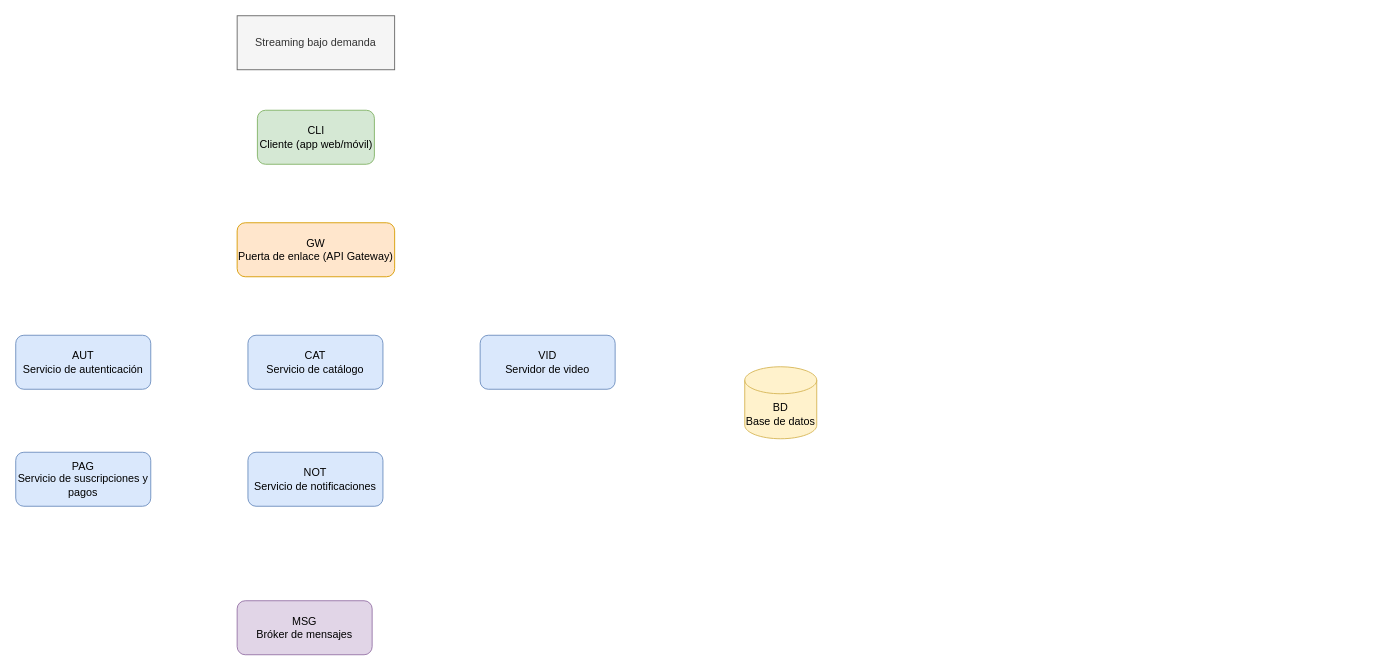
Earlier version of the draw.io diagram diagrama/comunicacion.drawio (reyshadow0/isr701-form-tl-01). Source tidied: cells renumbered, new cells numbered last; positions are measured from the earlier drawing's top-left corner, leaving out a move shared by most shapes. Both pictures are drawn from the tidied source at 90%, with x=0, y=0 at pixel (15, 15).
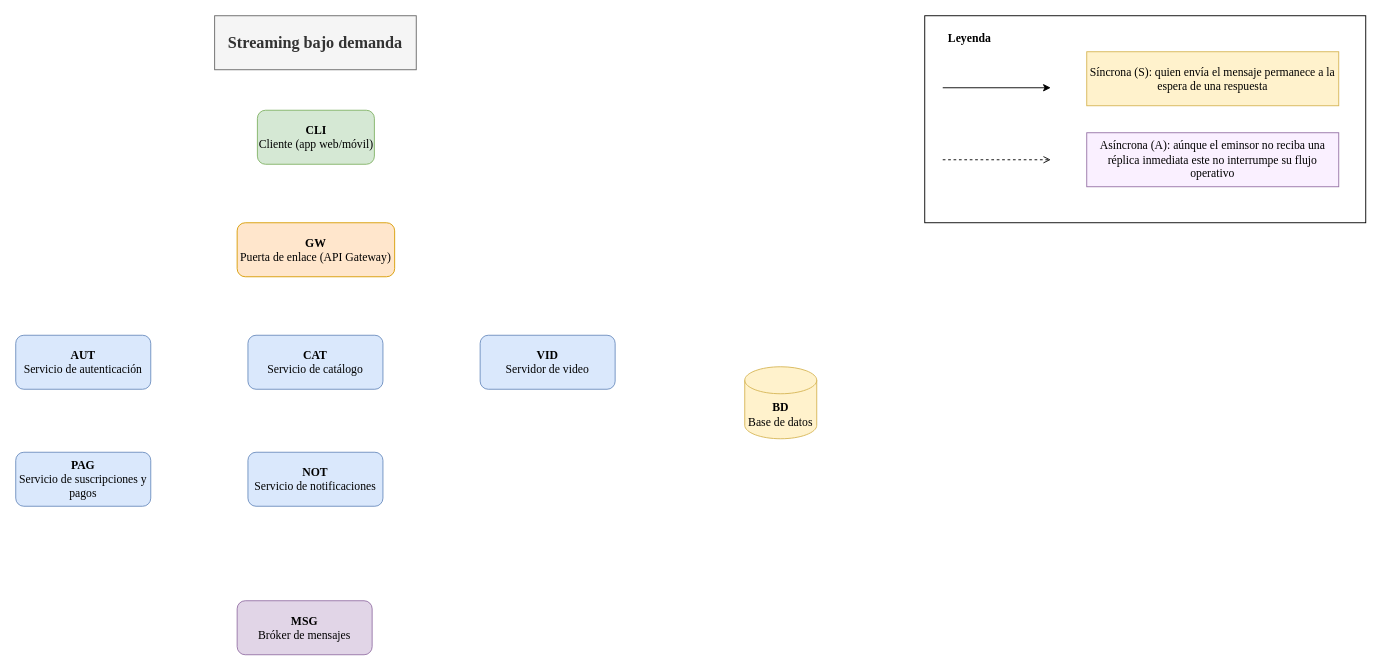
Above is the later version.

Commit message:
Leyenda de las flechas y cambios en el tipo de letra

Change to the diagram source:
```diff
@@
 <mxGraphModel>
   <root>
     <mxCell id="0" />
     <mxCell id="1" parent="0" />
-    <mxCell id="2" value="Streaming bajo demanda" style="rounded=0;whiteSpace=wrap;html=1;fillColor=#f5f5f5;strokeColor=#666666;fontColor=#333333;" parent="1" vertex="1">
-      <mxGeometry x="246" width="175" height="60" as="geometry" />
+    <mxCell id="2" value="Streaming bajo demanda" style="rounded=0;whiteSpace=wrap;html=1;fillColor=#f5f5f5;strokeColor=#666666;fontColor=#333333;fontFamily=Times New Roman;fontSize=18;fontStyle=1;" parent="1" vertex="1">
+      <mxGeometry x="221" width="224" height="60" as="geometry" />
     </mxCell>
-    <mxCell id="3" value="CLI&lt;div&gt;Cliente (app web/móvil)&lt;/div&gt;" style="rounded=1;whiteSpace=wrap;html=1;roundedPerimeter=1;fillColor=#d5e8d4;strokeColor=#82b366;" parent="1" vertex="1">
+    <mxCell id="3" value="&lt;b&gt;CLI&lt;/b&gt;&lt;div&gt;Cliente (app web/móvil)&lt;/div&gt;" style="rounded=1;whiteSpace=wrap;html=1;roundedPerimeter=1;fillColor=#d5e8d4;strokeColor=#82b366;fontFamily=Times New Roman;fontSize=13;" parent="1" vertex="1">
       <mxGeometry x="268.5" y="105" width="130" height="60" as="geometry" />
     </mxCell>
-    <mxCell id="4" value="GW&lt;div&gt;Puerta de enlace (API Gateway)&lt;/div&gt;" style="rounded=1;whiteSpace=wrap;html=1;roundedPerimeter=1;fillColor=#ffe6cc;strokeColor=#d79b00;" parent="1" vertex="1">
+    <mxCell id="4" value="&lt;b&gt;GW&lt;/b&gt;&lt;div&gt;Puerta de enlace (API Gateway)&lt;/div&gt;" style="rounded=1;whiteSpace=wrap;html=1;roundedPerimeter=1;fillColor=#ffe6cc;strokeColor=#d79b00;fontFamily=Times New Roman;fontSize=13;" parent="1" vertex="1">
       <mxGeometry x="246" y="230" width="175" height="60" as="geometry" />
     </mxCell>
-    <mxCell id="5" value="AUT&lt;div&gt;Servicio de autenticación&lt;/div&gt;" style="rounded=1;whiteSpace=wrap;html=1;roundedPerimeter=1;fillColor=#dae8fc;strokeColor=#6c8ebf;" parent="1" vertex="1">
+    <mxCell id="5" value="&lt;b&gt;AUT&lt;/b&gt;&lt;div&gt;Servicio de autenticación&lt;/div&gt;" style="rounded=1;whiteSpace=wrap;html=1;roundedPerimeter=1;fillColor=#dae8fc;strokeColor=#6c8ebf;fontFamily=Times New Roman;fontSize=13;" parent="1" vertex="1">
       <mxGeometry y="355" width="150" height="60" as="geometry" />
     </mxCell>
-    <mxCell id="6" value="CAT&lt;div&gt;Servicio de catálogo&lt;/div&gt;" style="rounded=1;whiteSpace=wrap;html=1;roundedPerimeter=1;fillColor=#dae8fc;strokeColor=#6c8ebf;" parent="1" vertex="1">
+    <mxCell id="6" value="&lt;b&gt;CAT&lt;/b&gt;&lt;div&gt;Servicio de catálogo&lt;/div&gt;" style="rounded=1;whiteSpace=wrap;html=1;roundedPerimeter=1;fillColor=#dae8fc;strokeColor=#6c8ebf;fontFamily=Times New Roman;fontSize=13;" parent="1" vertex="1">
       <mxGeometry x="258" y="355" width="150" height="60" as="geometry" />
     </mxCell>
-    <mxCell id="7" value="VID&lt;div&gt;Servidor de video&lt;/div&gt;" style="rounded=1;whiteSpace=wrap;html=1;roundedPerimeter=1;fillColor=#dae8fc;strokeColor=#6c8ebf;" parent="1" vertex="1">
+    <mxCell id="7" value="&lt;b&gt;VID&lt;/b&gt;&lt;div&gt;Servidor de video&lt;/div&gt;" style="rounded=1;whiteSpace=wrap;html=1;roundedPerimeter=1;fillColor=#dae8fc;strokeColor=#6c8ebf;fontFamily=Times New Roman;fontSize=13;" parent="1" vertex="1">
       <mxGeometry x="516" y="355" width="150" height="60" as="geometry" />
     </mxCell>
-    <mxCell id="8" value="PAG&lt;div&gt;Servicio de suscripciones y pagos&lt;/div&gt;" style="rounded=1;whiteSpace=wrap;html=1;roundedPerimeter=1;fillColor=#dae8fc;strokeColor=#6c8ebf;" parent="1" vertex="1">
+    <mxCell id="8" value="&lt;b&gt;PAG&lt;/b&gt;&lt;div&gt;Servicio de suscripciones y pagos&lt;/div&gt;" style="rounded=1;whiteSpace=wrap;html=1;roundedPerimeter=1;fillColor=#dae8fc;strokeColor=#6c8ebf;fontFamily=Times New Roman;fontSize=13;" parent="1" vertex="1">
       <mxGeometry y="485" width="150" height="60" as="geometry" />
     </mxCell>
-    <mxCell id="9" value="NOT&lt;div&gt;Servicio de notificaciones&lt;/div&gt;" style="rounded=1;whiteSpace=wrap;html=1;roundedPerimeter=1;fillColor=#dae8fc;strokeColor=#6c8ebf;" parent="1" vertex="1">
+    <mxCell id="9" value="&lt;b&gt;NOT&lt;/b&gt;&lt;div&gt;Servicio de notificaciones&lt;/div&gt;" style="rounded=1;whiteSpace=wrap;html=1;roundedPerimeter=1;fillColor=#dae8fc;strokeColor=#6c8ebf;fontFamily=Times New Roman;fontSize=13;" parent="1" vertex="1">
       <mxGeometry x="258" y="485" width="150" height="60" as="geometry" />
     </mxCell>
-    <mxCell id="10" value="BD&lt;div&gt;Base de datos&lt;/div&gt;" style="shape=cylinder3;whiteSpace=wrap;html=1;boundedLbl=1;backgroundOutline=1;size=15;fillColor=#fff2cc;strokeColor=#d6b656;" parent="1" vertex="1">
+    <mxCell id="10" value="&lt;b&gt;BD&lt;/b&gt;&lt;div&gt;Base de datos&lt;/div&gt;" style="shape=cylinder3;whiteSpace=wrap;html=1;boundedLbl=1;backgroundOutline=1;size=15;fillColor=#fff2cc;strokeColor=#d6b656;fontFamily=Times New Roman;fontSize=13;" parent="1" vertex="1">
       <mxGeometry x="810" y="390" width="80" height="80" as="geometry" />
     </mxCell>
-    <mxCell id="11" value="MSG&lt;div&gt;Bróker de mensajes&lt;/div&gt;" style="rounded=1;whiteSpace=wrap;html=1;roundedPerimeter=1;fillColor=#e1d5e7;strokeColor=#9673a6;" parent="1" vertex="1">
+    <mxCell id="11" value="&lt;b&gt;MSG&lt;/b&gt;&lt;div&gt;Bróker de mensajes&lt;/div&gt;" style="rounded=1;whiteSpace=wrap;html=1;roundedPerimeter=1;fillColor=#e1d5e7;strokeColor=#9673a6;fontFamily=Times New Roman;fontSize=13;" parent="1" vertex="1">
       <mxGeometry x="246" y="650" width="150" height="60" as="geometry" />
     </mxCell>
+    <mxCell id="12" style="rounded=0;whiteSpace=wrap;html=1;fontFamily=Times New Roman;fontSize=13;" parent="1" vertex="1">
+      <mxGeometry x="1010" width="490" height="230" as="geometry" />
+    </mxCell>
+    <mxCell id="13" value="Síncrona (S): quien envía el mensaje permanece a la espera de una respuesta" style="rounded=0;whiteSpace=wrap;html=1;fillColor=#fff2cc;strokeColor=#d6b656;fontFamily=Times New Roman;fontSize=13;" parent="1" vertex="1">
+      <mxGeometry x="1190" y="40" width="280" height="60" as="geometry" />
+    </mxCell>
+    <mxCell id="14" value="Asíncrona (A): aúnque el eminsor no reciba una réplica inmediata este no interrumpe su flujo operativo" style="rounded=0;whiteSpace=wrap;html=1;fillColor=light-dark(#faf0ff, #392f3f);strokeColor=#9673a6;fontFamily=Times New Roman;fontSize=13;" parent="1" vertex="1">
+      <mxGeometry x="1190" y="130" width="280" height="60" as="geometry" />
+    </mxCell>
+    <mxCell id="15" style="endArrow=classic;html=1;rounded=0;defaultLabelBackgroundColor=page;fontFamily=Times New Roman;fontSize=13;" parent="1" edge="1">
+      <mxGeometry relative="1" as="geometry">
+        <mxPoint x="1030" y="80" as="sourcePoint" />
+        <mxPoint x="1150" y="80" as="targetPoint" />
+      </mxGeometry>
+    </mxCell>
+    <mxCell id="16" style="endArrow=open;dashed=1;html=1;rounded=0;defaultLabelBackgroundColor=page;endFill=0;fontFamily=Times New Roman;fontSize=13;" parent="1" edge="1">
+      <mxGeometry relative="1" as="geometry">
+        <mxPoint x="1030" y="160" as="sourcePoint" />
+        <mxPoint x="1150" y="160" as="targetPoint" />
+      </mxGeometry>
+    </mxCell>
+    <mxCell id="17" value="Leyenda" style="text;html=1;whiteSpace=wrap;strokeColor=none;fillColor=none;align=center;verticalAlign=middle;rounded=0;fontFamily=Times New Roman;fontSize=13;fontStyle=1;" parent="1" vertex="1">
+      <mxGeometry x="1030" y="10" width="60" height="30" as="geometry" />
+    </mxCell>
   </root>
 </mxGraphModel>
```
